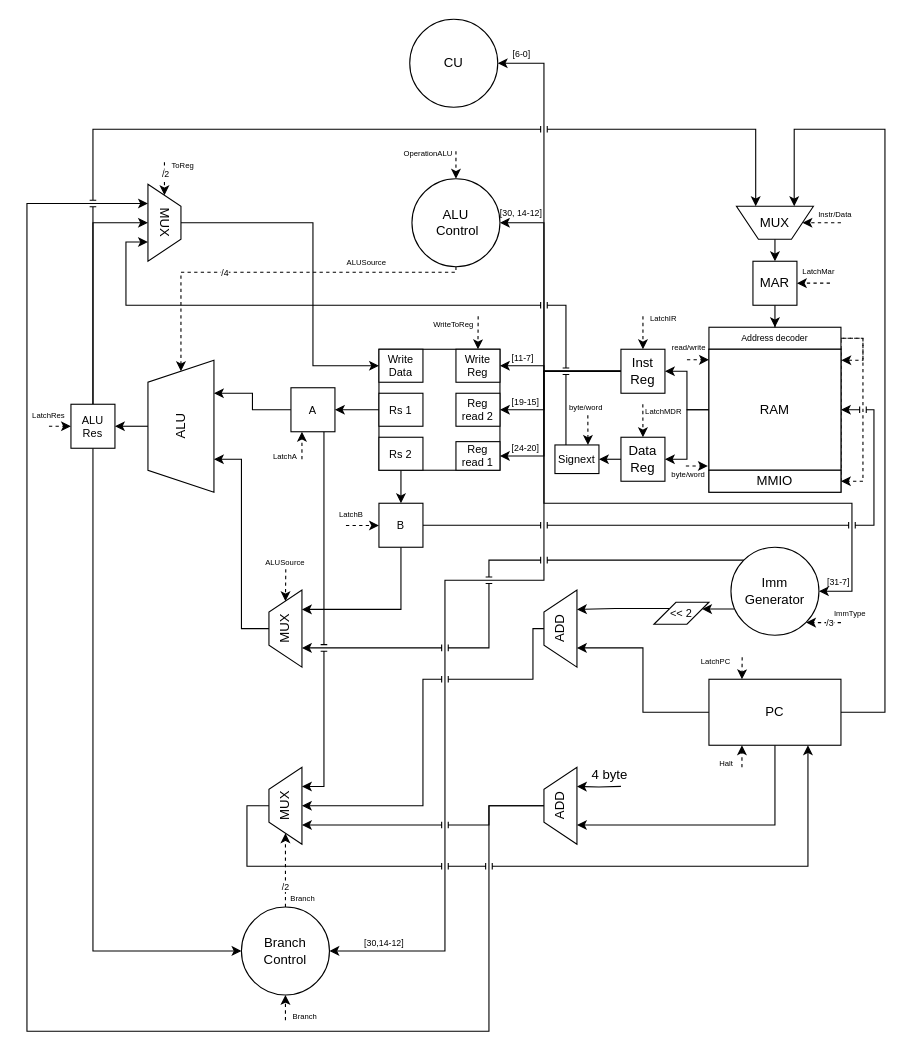
The draw.io diagram risc-multitact.drawio in kysnng/AK-Schema-Risc-IV-32-Neuamnn, before the edit. Source tidied: cells renumbered, new cells numbered last; positions are measured from the earlier drawing's top-left corner, leaving out a move shared by most shapes. Both pictures are drawn from the tidied source at 110%, with x=0, y=0 at pixel (26, 19).
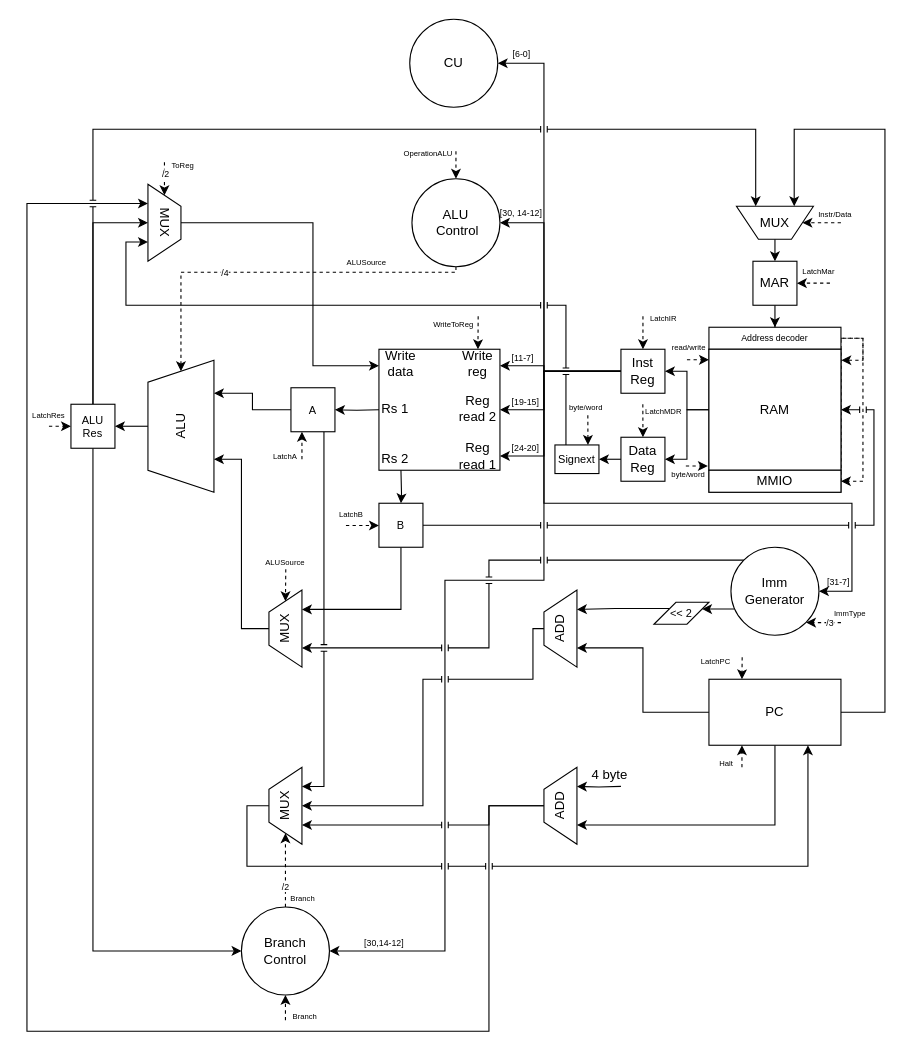
Above is the later version.

Commit message (it also covers changes not shown here):
risc-multitact-fixes

The change refers to these unchanged cells:
```xml
<mxCell id="19" value="Inst Reg" style="rounded=0;whiteSpace=wrap;html=1;" parent="1" vertex="1">
  <mxGeometry x="540" y="300" width="40" height="40" as="geometry" />
</mxCell>
<mxCell id="50" value="A" style="rounded=0;whiteSpace=wrap;html=1;fontSize=10;" parent="1" vertex="1">
  <mxGeometry x="240" y="335" width="40" height="40" as="geometry" />
</mxCell>
<mxCell id="54" value="B" style="rounded=0;whiteSpace=wrap;html=1;fontSize=10;" parent="1" vertex="1">
  <mxGeometry x="320" y="440" width="40" height="40" as="geometry" />
</mxCell>
<mxCell id="90" style="shape=trapezoid;perimeter=trapezoidPerimeter;whiteSpace=wrap;html=1;fixedSize=1;rotation=90;" parent="1" vertex="1">
  <mxGeometry x="90" y="170" width="70" height="30" as="geometry" />
</mxCell>
```

Change to the diagram source:
```diff
@@
-    <mxCell id="12" style="edgeStyle=orthogonalEdgeStyle;rounded=0;jettySize=auto;html=1;exitX=0;exitY=0.5;exitDx=0;exitDy=0;entryX=1;entryY=0.5;entryDx=0;entryDy=0;" parent="1" edge="1" source="19" target="27">
+    <mxCell id="12" style="edgeStyle=orthogonalEdgeStyle;rounded=0;jettySize=auto;html=1;exitX=0;exitY=0.5;exitDx=0;exitDy=0;entryX=1;entryY=0.5;entryDx=0;entryDy=0;" parent="1" edge="1" source="19">
       <mxGeometry relative="1" as="geometry">
+        <mxPoint x="430" y="355" as="targetPoint" />
         <Array as="points">
           <mxPoint x="470" y="320" />
           <mxPoint x="470" y="355" />
         </Array>
       </mxGeometry>
     </mxCell>
-    <mxCell id="13" style="edgeStyle=orthogonalEdgeStyle;rounded=0;jettySize=auto;html=1;exitX=0;exitY=0.5;exitDx=0;exitDy=0;entryX=1;entryY=0.5;entryDx=0;entryDy=0;" parent="1" edge="1" source="19" target="28">
+    <mxCell id="13" style="edgeStyle=orthogonalEdgeStyle;rounded=0;jettySize=auto;html=1;exitX=0;exitY=0.5;exitDx=0;exitDy=0;entryX=1;entryY=0.5;entryDx=0;entryDy=0;" parent="1" edge="1" source="19">
       <mxGeometry relative="1" as="geometry">
+        <mxPoint x="430" y="397" as="targetPoint" />
         <Array as="points">
           <mxPoint x="470" y="320" />
           <mxPoint x="470" y="397" />
         </Array>
       </mxGeometry>
     </mxCell>
-    <mxCell id="14" style="edgeStyle=orthogonalEdgeStyle;rounded=0;jettySize=auto;html=1;exitX=0;exitY=0.5;exitDx=0;exitDy=0;entryX=1;entryY=0.5;entryDx=0;entryDy=0;" parent="1" edge="1" source="19" target="30">
+    <mxCell id="14" style="edgeStyle=orthogonalEdgeStyle;rounded=0;jettySize=auto;html=1;exitX=0;exitY=0.5;exitDx=0;exitDy=0;entryX=1;entryY=0.5;entryDx=0;entryDy=0;" parent="1" edge="1" source="19">
       <mxGeometry relative="1" as="geometry">
+        <mxPoint x="430" y="315" as="targetPoint" />
         <Array as="points">
           <mxPoint x="470" y="320" />
           <mxPoint x="470" y="315" />
         </Array>
       </mxGeometry>
     </mxCell>
@@
-    <mxCell id="27" value="Reg read 2" style="rounded=0;whiteSpace=wrap;html=1;fontSize=10;" parent="1" vertex="1">
-      <mxGeometry x="390" y="340" width="40" height="30" as="geometry" />
-    </mxCell>
-    <mxCell id="28" value="Reg read 1" style="rounded=0;whiteSpace=wrap;html=1;fontSize=10;" parent="1" vertex="1">
-      <mxGeometry x="390" y="384" width="40" height="26" as="geometry" />
-    </mxCell>
-    <mxCell id="29" style="edgeStyle=orthogonalEdgeStyle;rounded=0;jettySize=auto;html=1;exitX=0.5;exitY=0;exitDx=0;exitDy=0;entryX=0.5;entryY=0;entryDx=0;entryDy=0;dashed=1;" parent="1" edge="1" target="30">
+    <mxCell id="29" style="edgeStyle=orthogonalEdgeStyle;rounded=0;orthogonalLoop=1;jettySize=auto;html=1;exitX=0.5;exitY=0;exitDx=0;exitDy=0;entryX=0.5;entryY=0;entryDx=0;entryDy=0;dashed=1;" parent="1" edge="1">
       <mxGeometry relative="1" as="geometry">
         <mxPoint x="410.2" y="270" as="sourcePoint" />
+        <mxPoint x="410" y="300" as="targetPoint" />
       </mxGeometry>
     </mxCell>
-    <mxCell id="30" value="Write Reg" style="rounded=0;whiteSpace=wrap;html=1;fontSize=10;" parent="1" vertex="1">
-      <mxGeometry x="390" y="300" width="40" height="30" as="geometry" />
-    </mxCell>
-    <mxCell id="31" value="Write Data" style="rounded=0;whiteSpace=wrap;html=1;fontSize=10;" parent="1" vertex="1">
-      <mxGeometry x="320" y="300" width="40" height="30" as="geometry" />
-    </mxCell>
-    <mxCell id="32" style="edgeStyle=orthogonalEdgeStyle;rounded=0;jettySize=auto;html=1;exitX=0;exitY=0.5;exitDx=0;exitDy=0;entryX=1;entryY=0.5;entryDx=0;entryDy=0;" parent="1" edge="1" source="33" target="50">
-      <mxGeometry relative="1" as="geometry" />
+    <mxCell id="32" style="edgeStyle=orthogonalEdgeStyle;rounded=0;jettySize=auto;html=1;exitX=0;exitY=0.5;exitDx=0;exitDy=0;entryX=1;entryY=0.5;entryDx=0;entryDy=0;" parent="1" edge="1" target="50">
+      <mxGeometry relative="1" as="geometry">
+        <mxPoint x="320" y="355" as="sourcePoint" />
+      </mxGeometry>
     </mxCell>
-    <mxCell id="33" value="Rs 1" style="rounded=0;whiteSpace=wrap;html=1;fontSize=10;" parent="1" vertex="1">
-      <mxGeometry x="320" y="340" width="40" height="30" as="geometry" />
-    </mxCell>
-    <mxCell id="34" style="edgeStyle=orthogonalEdgeStyle;rounded=0;jettySize=auto;html=1;" parent="1" edge="1" source="35" target="54">
-      <mxGeometry relative="1" as="geometry" />
+    <mxCell id="34" style="edgeStyle=orthogonalEdgeStyle;rounded=0;jettySize=auto;html=1;" parent="1" edge="1" target="54">
+      <mxGeometry relative="1" as="geometry">
+        <mxPoint x="340" y="410" as="sourcePoint" />
+      </mxGeometry>
     </mxCell>
-    <mxCell id="35" value="Rs 2" style="rounded=0;whiteSpace=wrap;html=1;fontSize=10;" parent="1" vertex="1">
-      <mxGeometry x="320" y="380" width="40" height="30" as="geometry" />
-    </mxCell>
@@
-    <mxCell id="89" style="edgeStyle=orthogonalEdgeStyle;rounded=0;jettySize=auto;html=1;exitX=0.5;exitY=0;exitDx=0;exitDy=0;entryX=0;entryY=0.5;entryDx=0;entryDy=0;" parent="1" edge="1" source="90" target="31">
+    <mxCell id="89" style="edgeStyle=orthogonalEdgeStyle;rounded=0;jettySize=auto;html=1;exitX=0.5;exitY=0;exitDx=0;exitDy=0;entryX=0;entryY=0.5;entryDx=0;entryDy=0;" parent="1" edge="1" source="90">
       <mxGeometry relative="1" as="geometry">
+        <mxPoint x="320" y="315" as="targetPoint" />
         <Array as="points">
           <mxPoint x="260" y="185" />
           <mxPoint x="260" y="315" />
         </Array>
       </mxGeometry>
     </mxCell>
@@
+    <mxCell id="33" value="Rs 1" style="text;html=1;whiteSpace=wrap;strokeColor=none;fillColor=none;align=center;verticalAlign=middle;rounded=0;" parent="1" vertex="1">
+      <mxGeometry x="320" y="344" width="30" height="20" as="geometry" />
+    </mxCell>
+    <mxCell id="35" value="Rs 2" style="text;html=1;whiteSpace=wrap;strokeColor=none;fillColor=none;align=center;verticalAlign=middle;rounded=0;" parent="1" vertex="1">
+      <mxGeometry x="320" y="390" width="30" height="20" as="geometry" />
+    </mxCell>
+    <mxCell id="28" value="Reg read 1" style="text;html=1;whiteSpace=wrap;strokeColor=none;fillColor=none;align=center;verticalAlign=middle;rounded=0;" parent="1" vertex="1">
+      <mxGeometry x="390" y="386.5" width="40" height="20" as="geometry" />
+    </mxCell>
+    <mxCell id="27" value="Reg read 2" style="text;html=1;whiteSpace=wrap;strokeColor=none;fillColor=none;align=center;verticalAlign=middle;rounded=0;" parent="1" vertex="1">
+      <mxGeometry x="390" y="344" width="40" height="20" as="geometry" />
+    </mxCell>
+    <mxCell id="130" value="Write reg" style="text;html=1;whiteSpace=wrap;strokeColor=none;fillColor=none;align=center;verticalAlign=middle;rounded=0;" parent="1" vertex="1">
+      <mxGeometry x="390" y="301" width="40" height="24" as="geometry" />
+    </mxCell>
+    <mxCell id="131" value="Write data" style="text;html=1;whiteSpace=wrap;strokeColor=none;fillColor=none;align=center;verticalAlign=middle;rounded=0;" parent="1" vertex="1">
+      <mxGeometry x="320" y="301" width="40" height="24" as="geometry" />
+    </mxCell>
```
